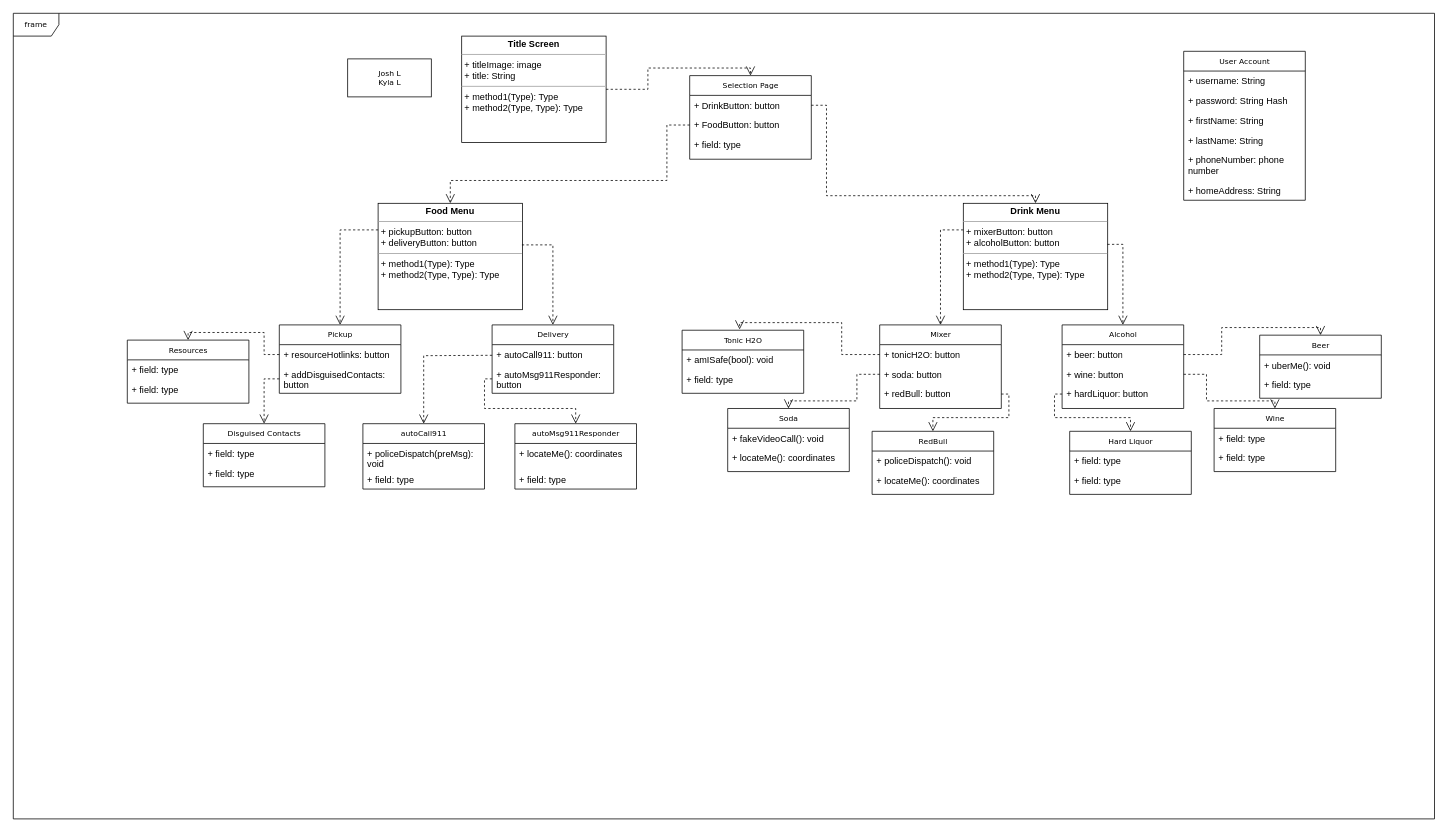
Earlier version of the draw.io diagram Project Documents/Architecture and Design.drawio (jlavine0/SPAngelasAFDelivery). Source tidied: cells renumbered, new cells numbered last; positions are measured from the earlier drawing's top-left corner, leaving out a move shared by most shapes. Both pictures are drawn from the tidied source at 76%, with x=0, y=0 at pixel (13, 13).
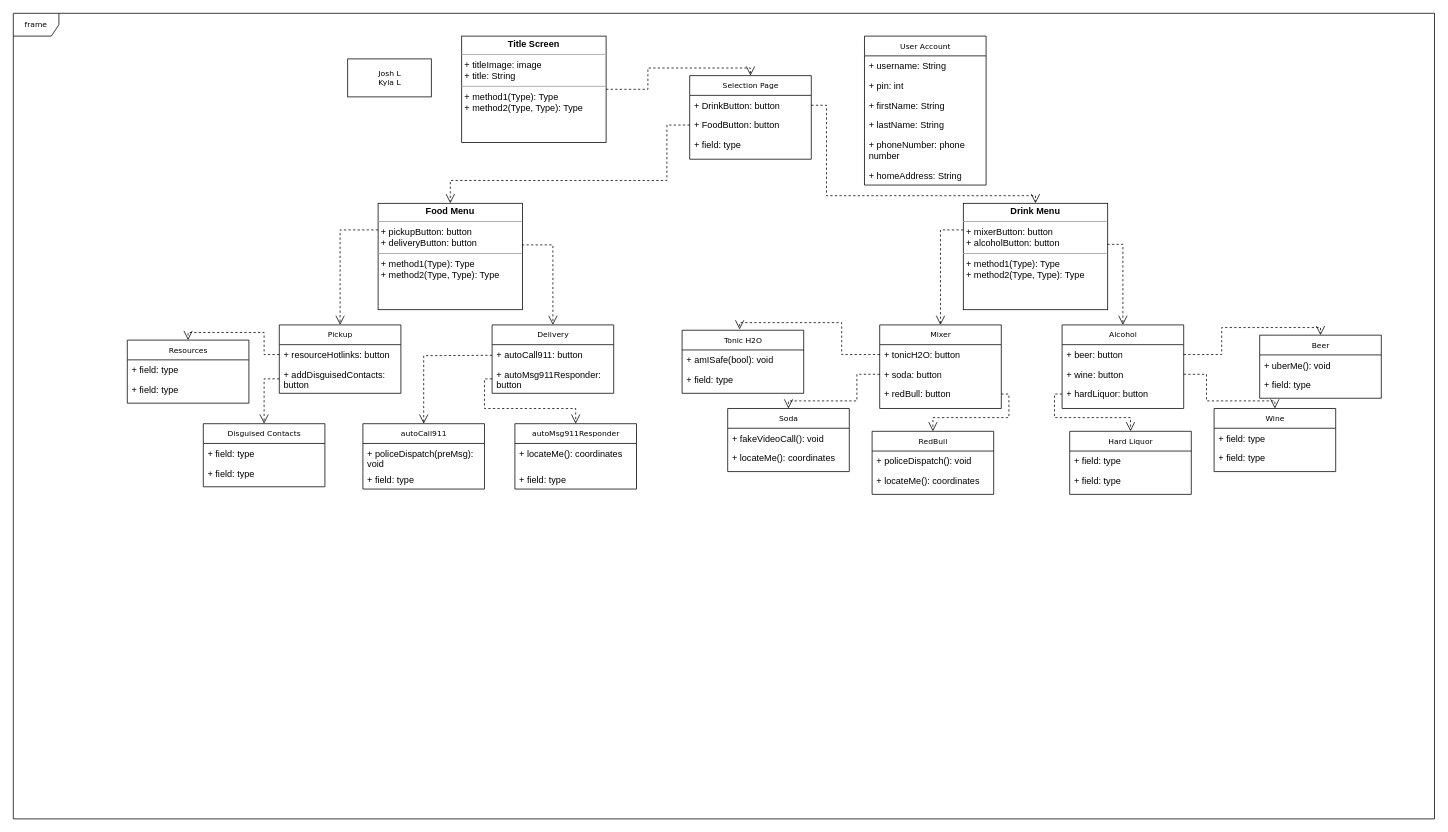
After the change.

The edit, as a diff of the source:
```diff
@@
     <mxCell id="3" value="User Account" style="swimlane;html=1;fontStyle=0;horizontal=1;startSize=26;fillColor=none;swimlaneFillColor=#ffffff;rounded=0;shadow=0;comic=0;labelBackgroundColor=none;strokeWidth=1;fontFamily=Verdana;fontSize=10;align=center;" parent="1" vertex="1">
-      <mxGeometry x="1540" y="50" width="160" height="196" as="geometry" />
+      <mxGeometry x="1120" y="30" width="160" height="196" as="geometry" />
     </mxCell>
@@
-    <mxCell id="5" value="+ password: String Hash" style="text;html=1;strokeColor=none;fillColor=none;align=left;verticalAlign=top;spacingLeft=4;spacingRight=4;whiteSpace=wrap;overflow=hidden;" parent="3" vertex="1">
+    <mxCell id="5" value="+ pin: int" style="text;html=1;strokeColor=none;fillColor=none;align=left;verticalAlign=top;spacingLeft=4;spacingRight=4;whiteSpace=wrap;overflow=hidden;" parent="3" vertex="1">
       <mxGeometry y="52" width="160" height="26" as="geometry" />
     </mxCell>
```
